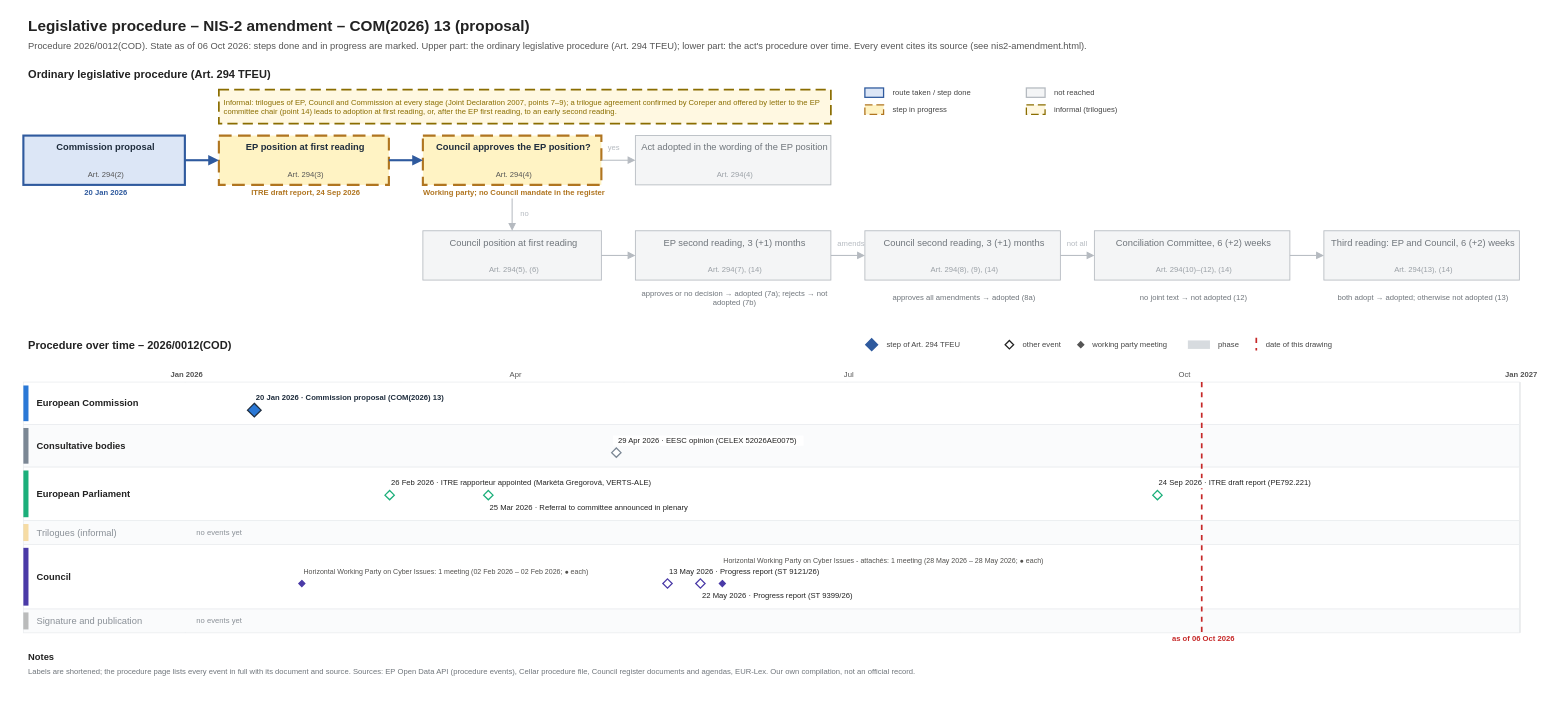
Above: procedures/nis2-amendment.drawio in git-z0man/eu-regulation-timeline (draw.io), before the change. Source tidied: cells renumbered, new cells numbered last; positions are measured from the earlier drawing's top-left corner, leaving out a move shared by most shapes. Both pictures are drawn from the tidied source at 85%, with x=0, y=0 at pixel (14, 14).
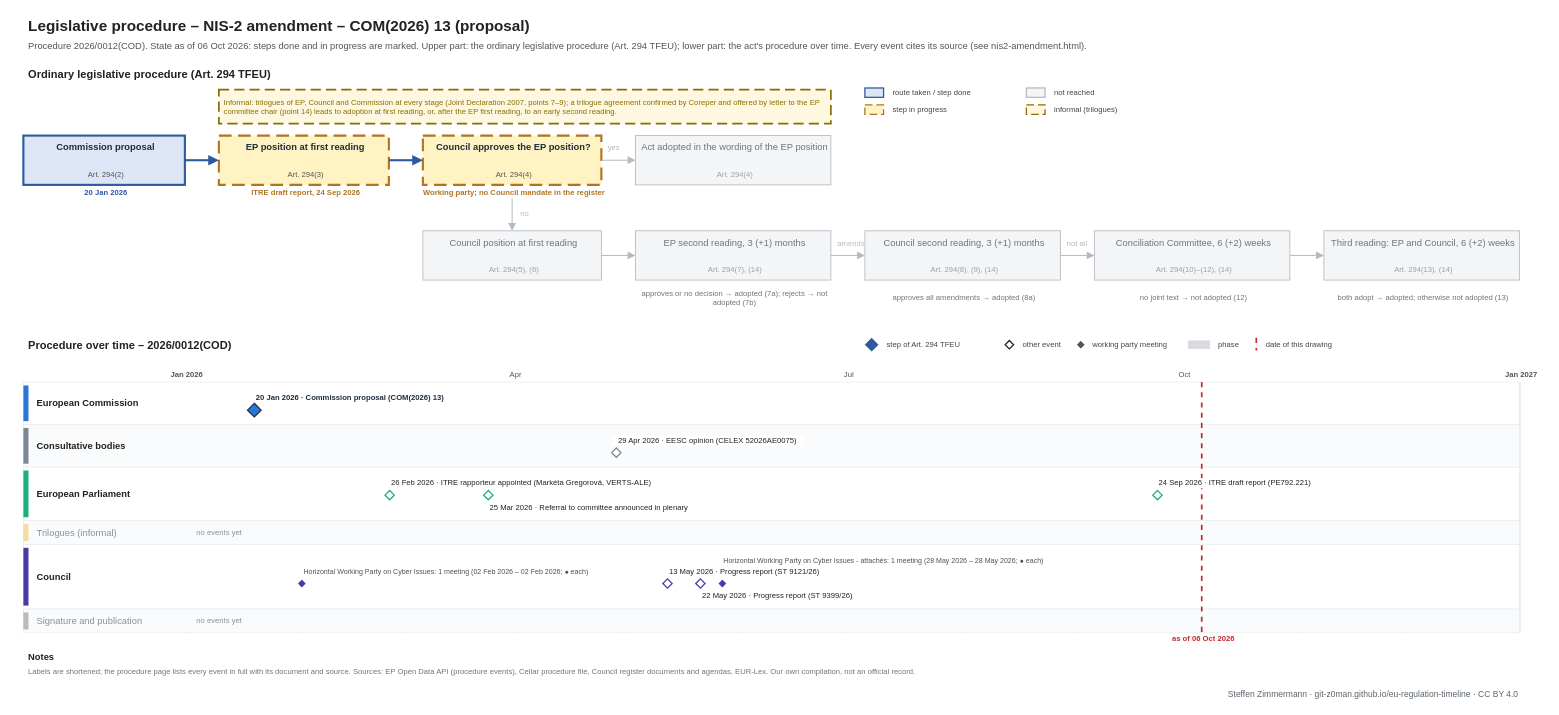
After the change.

What changed in the source:
```diff
@@
+    <mxCell id="132" value="Steffen Zimmermann · git-z0man.github.io/eu-regulation-timeline · CC BY 4.0" style="text;html=1;fontSize=10;fontColor=#5b646b;align=right;verticalAlign=middle;spacingLeft=4;" parent="1" vertex="1">
+      <mxGeometry x="10" y="791" width="1760" height="16" as="geometry" />
+    </mxCell>
```
